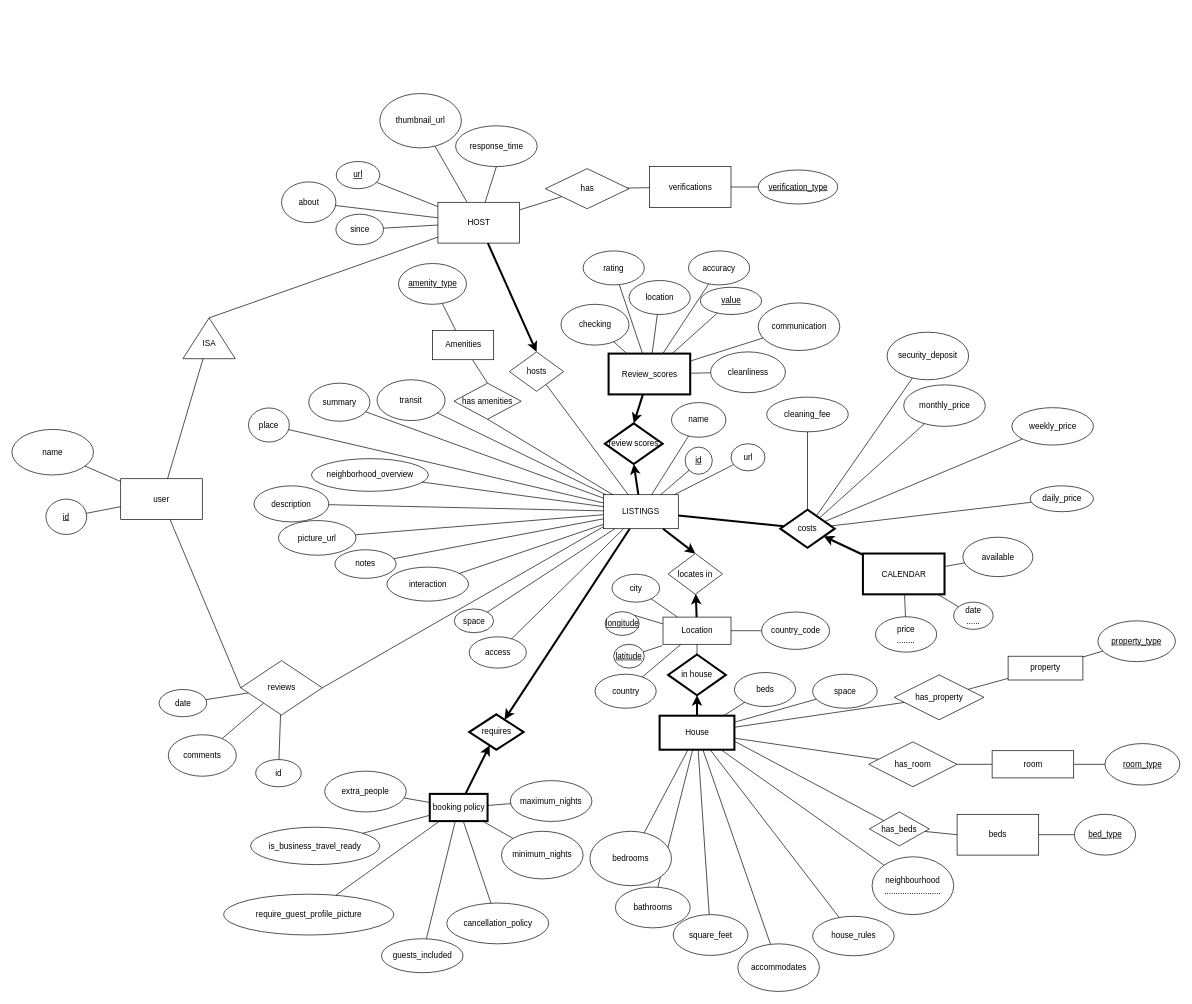
The draw.io diagram ER_Diagram.drawio in Valentyna-Pavliv/database, before the edit. Source tidied: cells renumbered, new cells numbered last; positions are measured from the earlier drawing's top-left corner, leaving out a move shared by most shapes. Both pictures are drawn from the tidied source at 68%, with x=0, y=0 at pixel (12, 93).
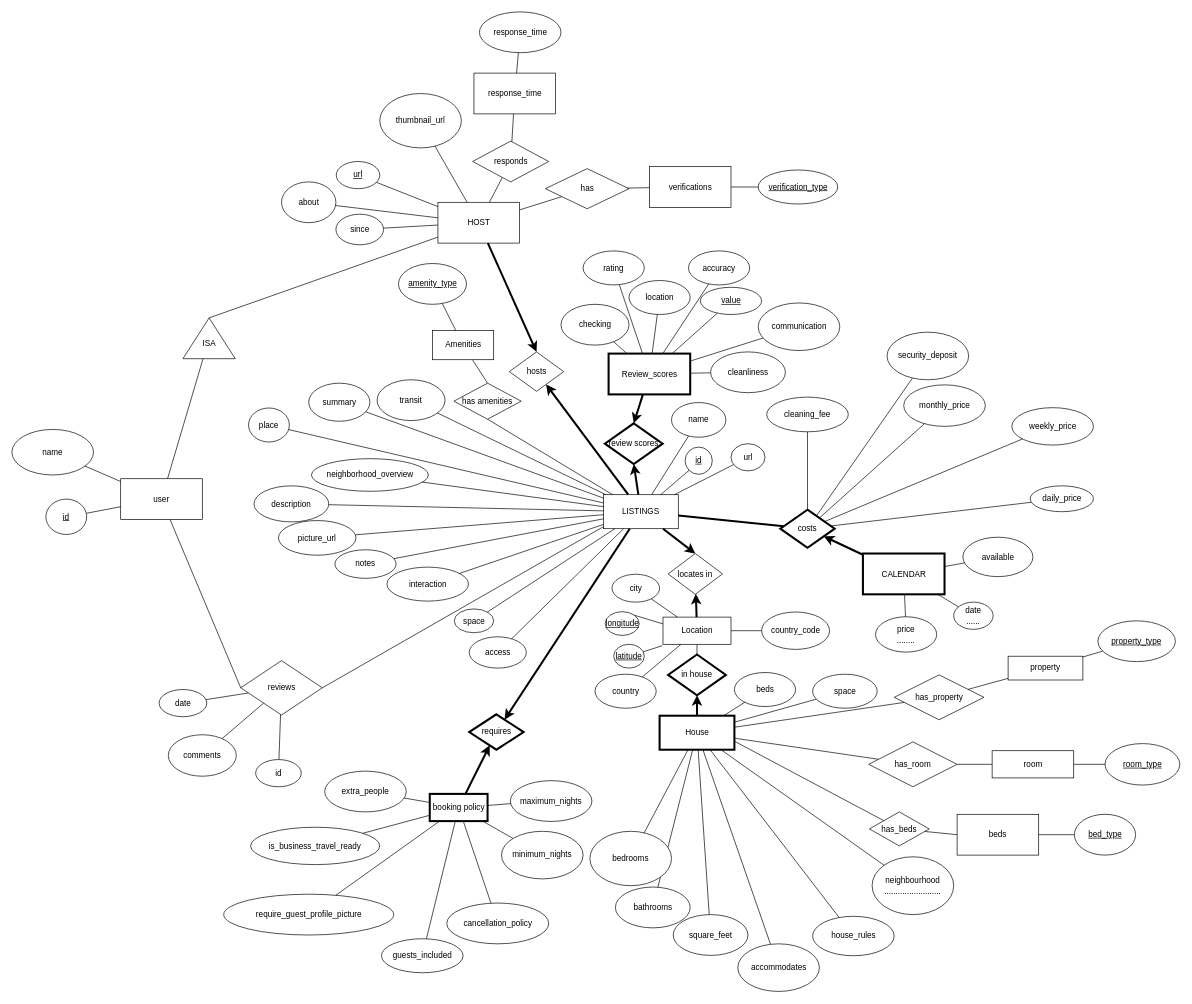
The same diagram, later.

The change refers to these unchanged cells:
```xml
<mxCell id="2" value="&lt;div&gt;LISTINGS&lt;/div&gt;" style="rounded=0;whiteSpace=wrap;html=1;" parent="1" vertex="1">
  <mxGeometry x="870" y="590" width="110" height="50" as="geometry" />
</mxCell>
<mxCell id="104" value="HOST" style="rounded=0;whiteSpace=wrap;html=1;strokeWidth=1;" parent="1" vertex="1">
  <mxGeometry x="626.5" y="160" width="120" height="60" as="geometry" />
</mxCell>
<mxCell id="127" value="hosts" style="rhombus;whiteSpace=wrap;html=1;strokeWidth=1;" parent="1" vertex="1">
  <mxGeometry x="731.5" y="380" width="80" height="58" as="geometry" />
</mxCell>
```

The edit, as a diff of the source:
```diff
@@
     <mxCell id="109" value="response_time" style="ellipse;whiteSpace=wrap;html=1;" parent="1" vertex="1">
-      <mxGeometry x="652.5" y="47.5" width="120" height="60" as="geometry" />
+      <mxGeometry x="687.5" y="-120" width="120" height="60" as="geometry" />
     </mxCell>
-    <mxCell id="110" style="endArrow=none;html=1;entryX=0.5;entryY=1;entryDx=0;entryDy=0;" parent="1" edge="1" source="104" target="109">
+    <mxCell id="110" style="endArrow=none;html=1;" parent="1" edge="1" source="104" target="180">
       <mxGeometry relative="1" as="geometry" />
     </mxCell>
@@
+    <mxCell id="180" value="responds" style="rhombus;whiteSpace=wrap;html=1;" parent="1" vertex="1">
+      <mxGeometry x="677.5" y="70" width="112" height="60" as="geometry" />
+    </mxCell>
+    <mxCell id="181" value="response_time" style="rounded=0;whiteSpace=wrap;html=1;" parent="1" vertex="1">
+      <mxGeometry x="679.5" y="-30" width="120" height="60" as="geometry" />
+    </mxCell>
+    <mxCell id="182" style="endArrow=none;html=1;" parent="1" edge="1" source="181" target="109">
+      <mxGeometry relative="1" as="geometry" />
+    </mxCell>
+    <mxCell id="183" style="endArrow=none;html=1;" parent="1" edge="1" source="180" target="181">
+      <mxGeometry relative="1" as="geometry" />
+    </mxCell>
-    <mxCell id="179" style="endArrow=none;html=1;strokeWidth=1;" parent="1" edge="1" source="2" target="127">
+    <mxCell id="179" style="endArrow=classic;html=1;strokeWidth=3;" parent="1" edge="1" source="2" target="127">
       <mxGeometry relative="1" as="geometry" />
     </mxCell>
```
